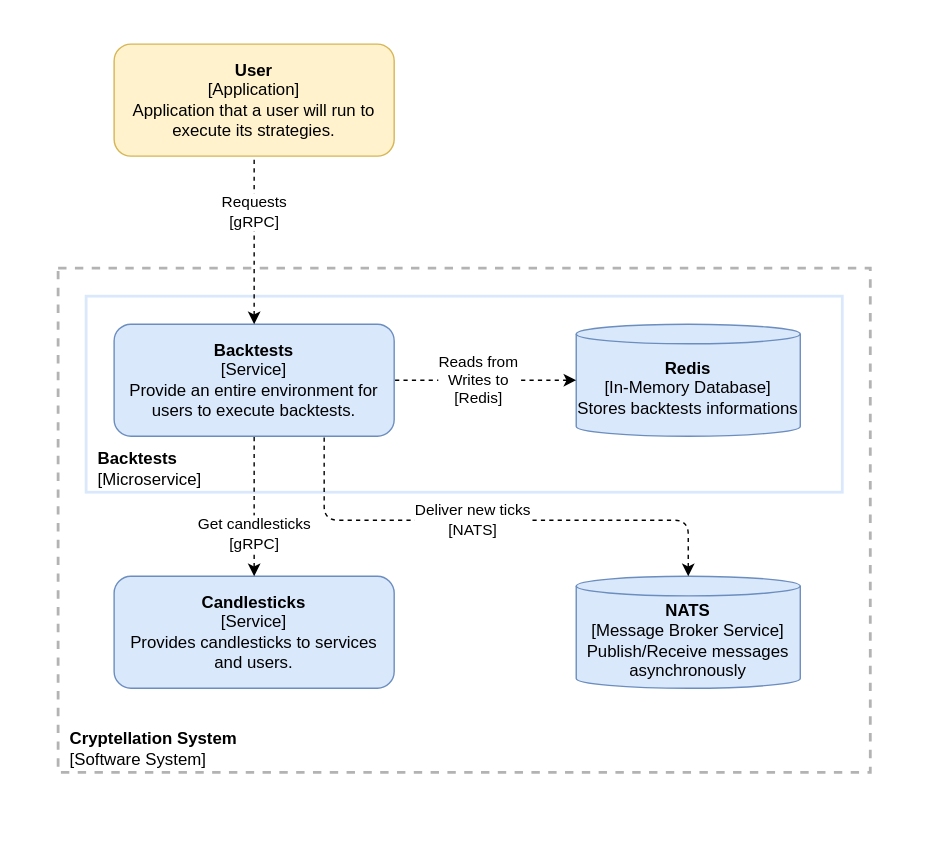
Above: website/docs/services/backtests/internal/container-diagram.svg in lerenn/cryptellation (draw.io), before the change. Source tidied: cells renumbered, new cells last; positions are measured from the earlier drawing's top-left corner, leaving out a move shared by most shapes. The source it was exported from:
```xml
<mxGraphModel>
  <root>
    <mxCell id="0" />
    <mxCell id="1" parent="0" />
    <mxCell id="2" style="rounded=1;whiteSpace=wrap;html=1;labelBackgroundColor=none;strokeColor=none;strokeWidth=2;fillColor=default;" parent="1" vertex="1">
      <mxGeometry width="660" height="600" as="geometry" />
    </mxCell>
    <mxCell id="3" value="&lt;b style=&quot;&quot;&gt;&amp;nbsp; Cryptellation System&lt;br&gt;&amp;nbsp;&amp;nbsp;&lt;/b&gt;&lt;span style=&quot;&quot;&gt;[Software System]&lt;/span&gt;" style="rounded=0;whiteSpace=wrap;html=1;fillColor=none;dashed=1;strokeWidth=2;strokeColor=#B3B3B3;align=left;verticalAlign=bottom;" parent="1" vertex="1">
      <mxGeometry x="40" y="190" width="580" height="360" as="geometry" />
    </mxCell>
    <mxCell id="4" value="&amp;nbsp; &lt;b&gt;Backtests&lt;/b&gt;&lt;br&gt;&amp;nbsp; [Microservice]" style="rounded=0;whiteSpace=wrap;html=1;labelBackgroundColor=none;strokeColor=#DAE8FC;strokeWidth=2;fillColor=none;verticalAlign=bottom;align=left;" parent="1" vertex="1">
      <mxGeometry x="60" y="210" width="540" height="140" as="geometry" />
    </mxCell>
    <mxCell id="5" value="&lt;b&gt;Backtests&lt;/b&gt;&lt;br&gt;[Service]&lt;br&gt;Provide an entire environment for users to execute backtests." style="rounded=1;whiteSpace=wrap;html=1;fillColor=#dae8fc;strokeColor=#6c8ebf;" parent="1" vertex="1">
      <mxGeometry x="80" y="230" width="200" height="80" as="geometry" />
    </mxCell>
    <mxCell id="6" value="&lt;b&gt;Redis&lt;/b&gt;&lt;br&gt;[In-Memory Database]&lt;br&gt;Stores backtests informations" style="shape=cylinder3;whiteSpace=wrap;html=1;boundedLbl=1;backgroundOutline=1;size=7;fillColor=#dae8fc;strokeColor=#6c8ebf;" parent="1" vertex="1">
      <mxGeometry x="410" y="230" width="160" height="80" as="geometry" />
    </mxCell>
    <mxCell id="7" value="&lt;font face=&quot;helvetica&quot;&gt;Reads from&lt;br&gt;Writes to&lt;br&gt;[Redis]&lt;br&gt;&lt;/font&gt;" style="endArrow=none;dashed=1;html=1;exitX=0;exitY=0.5;exitDx=0;exitDy=0;entryX=1;entryY=0.5;entryDx=0;entryDy=0;edgeStyle=orthogonalEdgeStyle;startArrow=classic;startFill=1;exitPerimeter=0;" parent="1" edge="1" source="6" target="5">
      <mxGeometry x="0.08" relative="1" as="geometry" />
    </mxCell>
    <mxCell id="8" value="&lt;b style=&quot;color: rgb(0 , 0 , 0) ; font-family: &amp;#34;helvetica&amp;#34; ; font-size: 12px ; font-style: normal ; letter-spacing: normal ; text-align: center ; text-indent: 0px ; text-transform: none ; word-spacing: 0px&quot;&gt;User&lt;/b&gt;&lt;br style=&quot;color: rgb(0 , 0 , 0) ; font-family: &amp;#34;helvetica&amp;#34; ; font-size: 12px ; font-style: normal ; font-weight: 400 ; letter-spacing: normal ; text-align: center ; text-indent: 0px ; text-transform: none ; word-spacing: 0px&quot;&gt;&lt;span style=&quot;color: rgb(0 , 0 , 0) ; font-family: &amp;#34;helvetica&amp;#34; ; font-size: 12px ; font-style: normal ; font-weight: 400 ; letter-spacing: normal ; text-align: center ; text-indent: 0px ; text-transform: none ; word-spacing: 0px ; display: inline ; float: none&quot;&gt;[Application]&lt;/span&gt;&lt;br style=&quot;color: rgb(0 , 0 , 0) ; font-family: &amp;#34;helvetica&amp;#34; ; font-size: 12px ; font-style: normal ; font-weight: 400 ; letter-spacing: normal ; text-align: center ; text-indent: 0px ; text-transform: none ; word-spacing: 0px&quot;&gt;&lt;span style=&quot;color: rgb(0 , 0 , 0) ; font-family: &amp;#34;helvetica&amp;#34; ; font-size: 12px ; font-style: normal ; font-weight: 400 ; letter-spacing: normal ; text-align: center ; text-indent: 0px ; text-transform: none ; word-spacing: 0px ; display: inline ; float: none&quot;&gt;Application that a user will run to execute its strategies.&lt;/span&gt;" style="rounded=1;whiteSpace=wrap;html=1;strokeColor=#d6b656;strokeWidth=1;fillColor=#fff2cc;" parent="1" vertex="1">
      <mxGeometry x="80" y="30" width="200" height="80" as="geometry" />
    </mxCell>
    <mxCell id="9" value="&lt;font face=&quot;helvetica&quot;&gt;Requests&lt;br&gt;[gRPC]&lt;br&gt;&lt;/font&gt;" style="endArrow=none;dashed=1;html=1;entryX=0.5;entryY=1;entryDx=0;entryDy=0;edgeStyle=orthogonalEdgeStyle;startArrow=classic;startFill=1;" parent="1" edge="1" target="8">
      <mxGeometry x="0.33" relative="1" as="geometry">
        <mxPoint x="180" y="230" as="sourcePoint" />
      </mxGeometry>
    </mxCell>
    <mxCell id="10" value="&lt;b&gt;Candlesticks&lt;/b&gt;&lt;br&gt;[Service]&lt;br&gt;Provides candlesticks to services and users." style="rounded=1;whiteSpace=wrap;html=1;fillColor=#dae8fc;strokeColor=#6c8ebf;" parent="1" vertex="1">
      <mxGeometry x="80" y="410" width="200" height="80" as="geometry" />
    </mxCell>
    <mxCell id="11" value="&lt;font face=&quot;helvetica&quot;&gt;Get candlesticks&lt;br&gt;[gRPC]&lt;br&gt;&lt;/font&gt;" style="endArrow=none;dashed=1;html=1;entryX=0.5;entryY=1;entryDx=0;entryDy=0;edgeStyle=orthogonalEdgeStyle;startArrow=classic;startFill=1;exitX=0.5;exitY=0;exitDx=0;exitDy=0;" parent="1" edge="1" source="10" target="5">
      <mxGeometry x="-0.4" relative="1" as="geometry" />
    </mxCell>
    <mxCell id="12" value="&lt;b&gt;NATS&lt;/b&gt;&lt;br&gt;[Message Broker Service]&lt;br&gt;Publish/Receive messages asynchronously" style="shape=cylinder3;whiteSpace=wrap;html=1;boundedLbl=1;backgroundOutline=1;size=7;fillColor=#dae8fc;strokeColor=#6c8ebf;" parent="1" vertex="1">
      <mxGeometry x="410" y="410" width="160" height="80" as="geometry" />
    </mxCell>
    <mxCell id="13" value="&lt;font face=&quot;helvetica&quot;&gt;Deliver new ticks&lt;br&gt;[NATS]&lt;br&gt;&lt;/font&gt;" style="endArrow=none;dashed=1;html=1;exitX=0.5;exitY=0;exitDx=0;exitDy=0;entryX=0.75;entryY=1;entryDx=0;entryDy=0;edgeStyle=orthogonalEdgeStyle;startArrow=classic;startFill=1;exitPerimeter=0;" parent="1" edge="1" source="12" target="5">
      <mxGeometry x="0.08" relative="1" as="geometry">
        <Array as="points">
          <mxPoint x="490" y="370" />
          <mxPoint x="230" y="370" />
        </Array>
      </mxGeometry>
    </mxCell>
  </root>
</mxGraphModel>
```
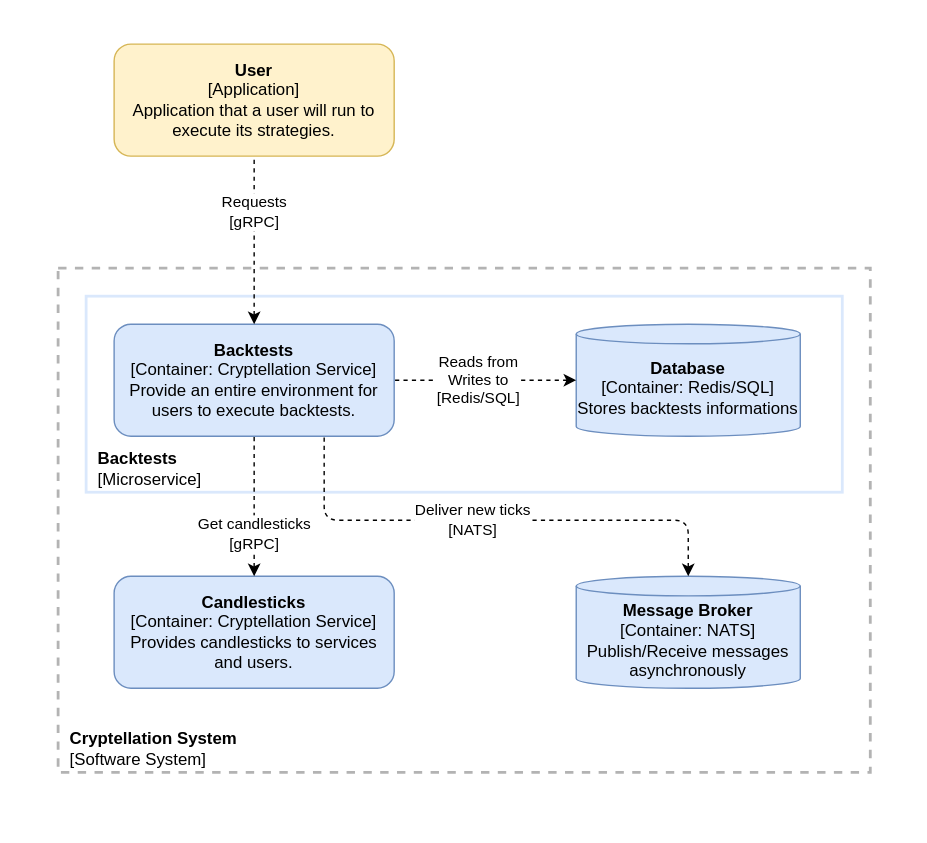
Later version of the same file.

The edit, as a diff of the source:
```diff
@@ -11,13 +11,13 @@
     <mxCell id="4" value="&amp;nbsp; &lt;b&gt;Backtests&lt;/b&gt;&lt;br&gt;&amp;nbsp; [Microservice]" style="rounded=0;whiteSpace=wrap;html=1;labelBackgroundColor=none;strokeColor=#DAE8FC;strokeWidth=2;fillColor=none;verticalAlign=bottom;align=left;" parent="1" vertex="1">
       <mxGeometry x="60" y="210" width="540" height="140" as="geometry" />
     </mxCell>
-    <mxCell id="5" value="&lt;b&gt;Backtests&lt;/b&gt;&lt;br&gt;[Service]&lt;br&gt;Provide an entire environment for users to execute backtests." style="rounded=1;whiteSpace=wrap;html=1;fillColor=#dae8fc;strokeColor=#6c8ebf;" parent="1" vertex="1">
+    <mxCell id="5" value="&lt;b&gt;Backtests&lt;/b&gt;&lt;br&gt;[Container: Cryptellation Service]&lt;br&gt;Provide an entire environment for users to execute backtests." style="rounded=1;whiteSpace=wrap;html=1;fillColor=#dae8fc;strokeColor=#6c8ebf;" parent="1" vertex="1">
       <mxGeometry x="80" y="230" width="200" height="80" as="geometry" />
     </mxCell>
-    <mxCell id="6" value="&lt;b&gt;Redis&lt;/b&gt;&lt;br&gt;[In-Memory Database]&lt;br&gt;Stores backtests informations" style="shape=cylinder3;whiteSpace=wrap;html=1;boundedLbl=1;backgroundOutline=1;size=7;fillColor=#dae8fc;strokeColor=#6c8ebf;" parent="1" vertex="1">
+    <mxCell id="6" value="&lt;b&gt;Database&lt;/b&gt;&lt;br&gt;[Container: Redis/SQL]&lt;br&gt;Stores backtests informations" style="shape=cylinder3;whiteSpace=wrap;html=1;boundedLbl=1;backgroundOutline=1;size=7;fillColor=#dae8fc;strokeColor=#6c8ebf;" parent="1" vertex="1">
       <mxGeometry x="410" y="230" width="160" height="80" as="geometry" />
     </mxCell>
-    <mxCell id="7" value="&lt;font face=&quot;helvetica&quot;&gt;Reads from&lt;br&gt;Writes to&lt;br&gt;[Redis]&lt;br&gt;&lt;/font&gt;" style="endArrow=none;dashed=1;html=1;exitX=0;exitY=0.5;exitDx=0;exitDy=0;entryX=1;entryY=0.5;entryDx=0;entryDy=0;edgeStyle=orthogonalEdgeStyle;startArrow=classic;startFill=1;exitPerimeter=0;" parent="1" edge="1" source="6" target="5">
+    <mxCell id="7" value="&lt;font face=&quot;helvetica&quot;&gt;Reads from&lt;br&gt;Writes to&lt;br&gt;[Redis/SQL]&lt;br&gt;&lt;/font&gt;" style="endArrow=none;dashed=1;html=1;exitX=0;exitY=0.5;exitDx=0;exitDy=0;entryX=1;entryY=0.5;entryDx=0;entryDy=0;edgeStyle=orthogonalEdgeStyle;startArrow=classic;startFill=1;exitPerimeter=0;" parent="1" edge="1" source="6" target="5">
       <mxGeometry x="0.08" relative="1" as="geometry" />
     </mxCell>
     <mxCell id="8" value="&lt;b style=&quot;color: rgb(0 , 0 , 0) ; font-family: &amp;#34;helvetica&amp;#34; ; font-size: 12px ; font-style: normal ; letter-spacing: normal ; text-align: center ; text-indent: 0px ; text-transform: none ; word-spacing: 0px&quot;&gt;User&lt;/b&gt;&lt;br style=&quot;color: rgb(0 , 0 , 0) ; font-family: &amp;#34;helvetica&amp;#34; ; font-size: 12px ; font-style: normal ; font-weight: 400 ; letter-spacing: normal ; text-align: center ; text-indent: 0px ; text-transform: none ; word-spacing: 0px&quot;&gt;&lt;span style=&quot;color: rgb(0 , 0 , 0) ; font-family: &amp;#34;helvetica&amp;#34; ; font-size: 12px ; font-style: normal ; font-weight: 400 ; letter-spacing: normal ; text-align: center ; text-indent: 0px ; text-transform: none ; word-spacing: 0px ; display: inline ; float: none&quot;&gt;[Application]&lt;/span&gt;&lt;br style=&quot;color: rgb(0 , 0 , 0) ; font-family: &amp;#34;helvetica&amp;#34; ; font-size: 12px ; font-style: normal ; font-weight: 400 ; letter-spacing: normal ; text-align: center ; text-indent: 0px ; text-transform: none ; word-spacing: 0px&quot;&gt;&lt;span style=&quot;color: rgb(0 , 0 , 0) ; font-family: &amp;#34;helvetica&amp;#34; ; font-size: 12px ; font-style: normal ; font-weight: 400 ; letter-spacing: normal ; text-align: center ; text-indent: 0px ; text-transform: none ; word-spacing: 0px ; display: inline ; float: none&quot;&gt;Application that a user will run to execute its strategies.&lt;/span&gt;" style="rounded=1;whiteSpace=wrap;html=1;strokeColor=#d6b656;strokeWidth=1;fillColor=#fff2cc;" parent="1" vertex="1">
@@ -28,13 +28,13 @@
         <mxPoint x="180" y="230" as="sourcePoint" />
       </mxGeometry>
     </mxCell>
-    <mxCell id="10" value="&lt;b&gt;Candlesticks&lt;/b&gt;&lt;br&gt;[Service]&lt;br&gt;Provides candlesticks to services and users." style="rounded=1;whiteSpace=wrap;html=1;fillColor=#dae8fc;strokeColor=#6c8ebf;" parent="1" vertex="1">
+    <mxCell id="10" value="&lt;b&gt;Candlesticks&lt;/b&gt;&lt;br&gt;[Container: Cryptellation Service]&lt;br&gt;Provides candlesticks to services and users." style="rounded=1;whiteSpace=wrap;html=1;fillColor=#dae8fc;strokeColor=#6c8ebf;" parent="1" vertex="1">
       <mxGeometry x="80" y="410" width="200" height="80" as="geometry" />
     </mxCell>
     <mxCell id="11" value="&lt;font face=&quot;helvetica&quot;&gt;Get candlesticks&lt;br&gt;[gRPC]&lt;br&gt;&lt;/font&gt;" style="endArrow=none;dashed=1;html=1;entryX=0.5;entryY=1;entryDx=0;entryDy=0;edgeStyle=orthogonalEdgeStyle;startArrow=classic;startFill=1;exitX=0.5;exitY=0;exitDx=0;exitDy=0;" parent="1" edge="1" source="10" target="5">
       <mxGeometry x="-0.4" relative="1" as="geometry" />
     </mxCell>
-    <mxCell id="12" value="&lt;b&gt;NATS&lt;/b&gt;&lt;br&gt;[Message Broker Service]&lt;br&gt;Publish/Receive messages asynchronously" style="shape=cylinder3;whiteSpace=wrap;html=1;boundedLbl=1;backgroundOutline=1;size=7;fillColor=#dae8fc;strokeColor=#6c8ebf;" parent="1" vertex="1">
+    <mxCell id="12" value="&lt;b&gt;Message Broker&lt;/b&gt;&lt;br&gt;[Container: NATS]&lt;br&gt;Publish/Receive messages asynchronously" style="shape=cylinder3;whiteSpace=wrap;html=1;boundedLbl=1;backgroundOutline=1;size=7;fillColor=#dae8fc;strokeColor=#6c8ebf;" parent="1" vertex="1">
       <mxGeometry x="410" y="410" width="160" height="80" as="geometry" />
     </mxCell>
     <mxCell id="13" value="&lt;font face=&quot;helvetica&quot;&gt;Deliver new ticks&lt;br&gt;[NATS]&lt;br&gt;&lt;/font&gt;" style="endArrow=none;dashed=1;html=1;exitX=0.5;exitY=0;exitDx=0;exitDy=0;entryX=0.75;entryY=1;entryDx=0;entryDy=0;edgeStyle=orthogonalEdgeStyle;startArrow=classic;startFill=1;exitPerimeter=0;" parent="1" edge="1" source="12" target="5">
```
